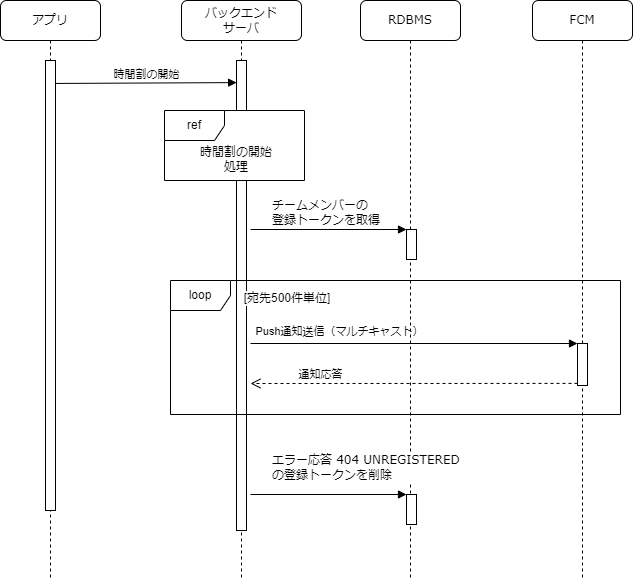
Above: website/docs/react-native/santoku/application-architecture/push-notification/send-push-notification.drawio.png in ws-4020/mobile-app-crib-notes (draw.io), before the change. Source tidied: cells renumbered, new cells last; positions are measured from the earlier drawing's top-left corner, leaving out a move shared by most shapes. Its diagram source:
```xml
<mxGraphModel>
  <root>
    <mxCell id="0" />
    <mxCell id="1" parent="0" />
    <mxCell id="2" value="FCM" style="shape=umlLifeline;perimeter=lifelinePerimeter;whiteSpace=wrap;html=1;rounded=1;shadow=0;comic=0;labelBackgroundColor=none;strokeWidth=1;fontFamily=Verdana;fontSize=12;align=center;" parent="1" vertex="1">
      <mxGeometry x="532" width="100" height="580" as="geometry" />
    </mxCell>
    <mxCell id="3" style="html=1;points=[];perimeter=orthogonalPerimeter;shadow=0;sketch=0;fillColor=default;gradientColor=none;" parent="2" vertex="1">
      <mxGeometry x="45" y="343" width="10" height="42" as="geometry" />
    </mxCell>
    <mxCell id="4" value="バックエンド&lt;br&gt;サーバ" style="shape=umlLifeline;perimeter=lifelinePerimeter;whiteSpace=wrap;html=1;rounded=1;shadow=0;comic=0;labelBackgroundColor=none;strokeWidth=1;fontFamily=Verdana;fontSize=12;align=center;" parent="1" vertex="1">
      <mxGeometry x="181" width="120" height="580" as="geometry" />
    </mxCell>
    <mxCell id="5" style="html=1;points=[];perimeter=orthogonalPerimeter;" parent="4" vertex="1">
      <mxGeometry x="55" y="60" width="10" height="470" as="geometry" />
    </mxCell>
    <mxCell id="6" value="ref" style="shape=umlFrame;whiteSpace=wrap;html=1;fillColor=default;gradientColor=none;sketch=0;shadow=0;swimlaneFillColor=#ffffff;" parent="4" vertex="1">
      <mxGeometry x="-17" y="110" width="140" height="70" as="geometry" />
    </mxCell>
    <mxCell id="7" value="時間割の開始&lt;br&gt;処理" style="text;html=1;strokeColor=none;fillColor=none;align=center;verticalAlign=middle;whiteSpace=wrap;rounded=0;shadow=0;sketch=0;" parent="4" vertex="1">
      <mxGeometry y="144" width="110" height="30" as="geometry" />
    </mxCell>
    <mxCell id="8" value="[宛先500件単位]" style="text;html=1;strokeColor=none;fillColor=none;align=center;verticalAlign=middle;whiteSpace=wrap;rounded=0;labelBackgroundColor=default;" parent="4" vertex="1">
      <mxGeometry x="46" y="283" width="120" height="30" as="geometry" />
    </mxCell>
    <mxCell id="9" value="アプリ" style="shape=umlLifeline;perimeter=lifelinePerimeter;whiteSpace=wrap;html=1;rounded=1;shadow=0;comic=0;labelBackgroundColor=none;strokeWidth=1;fontFamily=Verdana;fontSize=12;align=center;" parent="1" vertex="1">
      <mxGeometry width="100" height="580" as="geometry" />
    </mxCell>
    <mxCell id="10" style="html=1;points=[];perimeter=orthogonalPerimeter;rounded=0;shadow=0;comic=0;labelBackgroundColor=none;strokeWidth=1;fontFamily=Verdana;fontSize=12;align=center;" parent="9" vertex="1">
      <mxGeometry x="45" y="60" width="10" height="450" as="geometry" />
    </mxCell>
    <mxCell id="11" value="時間割の開始" style="html=1;verticalAlign=bottom;endArrow=block;rounded=0;exitX=1;exitY=0.051;exitDx=0;exitDy=0;exitPerimeter=0;entryX=0.011;entryY=0.047;entryDx=0;entryDy=0;entryPerimeter=0;" parent="1" edge="1" source="10" target="5">
      <mxGeometry relative="1" as="geometry" />
    </mxCell>
    <mxCell id="12" value="Push通知送信（マルチキャスト）" style="html=1;verticalAlign=bottom;endArrow=block;entryX=0;entryY=0;rounded=0;labelBackgroundColor=default;labelBorderColor=none;" parent="1" edge="1" target="3">
      <mxGeometry x="-0.45" y="3" relative="1" as="geometry">
        <mxPoint x="250" y="343" as="sourcePoint" />
      </mxGeometry>
    </mxCell>
    <mxCell id="13" value="通知応答" style="html=1;verticalAlign=bottom;endArrow=open;dashed=1;endSize=8;exitX=0;exitY=0.95;rounded=0;" parent="1" edge="1" source="3">
      <mxGeometry x="0.57" relative="1" as="geometry">
        <mxPoint x="250" y="383" as="targetPoint" />
      </mxGeometry>
    </mxCell>
    <mxCell id="14" value="RDBMS" style="shape=umlLifeline;perimeter=lifelinePerimeter;whiteSpace=wrap;html=1;rounded=1;shadow=0;comic=0;labelBackgroundColor=none;strokeWidth=1;fontFamily=Verdana;fontSize=12;align=center;" parent="1" vertex="1">
      <mxGeometry x="360" width="100" height="580" as="geometry" />
    </mxCell>
    <mxCell id="15" style="html=1;points=[];perimeter=orthogonalPerimeter;shadow=0;sketch=0;fillColor=default;gradientColor=none;" parent="14" vertex="1">
      <mxGeometry x="46" y="229" width="10" height="30" as="geometry" />
    </mxCell>
    <mxCell id="16" style="html=1;perimeter=orthogonalPerimeter;shadow=0;sketch=0;fillColor=default;gradientColor=none;" parent="14" vertex="1">
      <mxGeometry x="46" y="494" width="10" height="30" as="geometry" />
    </mxCell>
    <mxCell id="17" value="&lt;span style=&quot;font-family: &amp;quot;verdana&amp;quot; ; font-size: 12px&quot;&gt;エラー応答&amp;nbsp;&lt;/span&gt;&lt;font face=&quot;verdana&quot;&gt;&lt;span style=&quot;font-size: 12px&quot;&gt;404 UNREGISTERED&lt;br&gt;の登録トークンを削除&lt;/span&gt;&lt;/font&gt;" style="html=1;verticalAlign=bottom;endArrow=block;entryX=0;entryY=0;rounded=0;align=left;" parent="14" edge="1">
      <mxGeometry x="-0.74" y="10" relative="1" as="geometry">
        <mxPoint x="-110" y="494" as="sourcePoint" />
        <mxPoint x="46" y="494" as="targetPoint" />
      </mxGeometry>
    </mxCell>
    <mxCell id="18" value="&lt;span style=&quot;font-family: verdana; font-size: 12px;&quot;&gt;チームメンバーの&lt;/span&gt;&lt;br style=&quot;font-family: verdana; font-size: 12px;&quot;&gt;&lt;span style=&quot;font-family: verdana; font-size: 12px;&quot;&gt;登録トークンを取得&lt;/span&gt;" style="html=1;verticalAlign=bottom;endArrow=block;entryX=0;entryY=0;rounded=0;align=left;labelBackgroundColor=none;" parent="1" edge="1" target="15">
      <mxGeometry x="-0.74" relative="1" as="geometry">
        <mxPoint x="250" y="229" as="sourcePoint" />
      </mxGeometry>
    </mxCell>
    <mxCell id="19" value="loop" style="shape=umlFrame;whiteSpace=wrap;html=1;shadow=0;sketch=0;fillColor=default;gradientColor=none;" parent="1" vertex="1">
      <mxGeometry x="170" y="280" width="450" height="134" as="geometry" />
    </mxCell>
  </root>
</mxGraphModel>
```
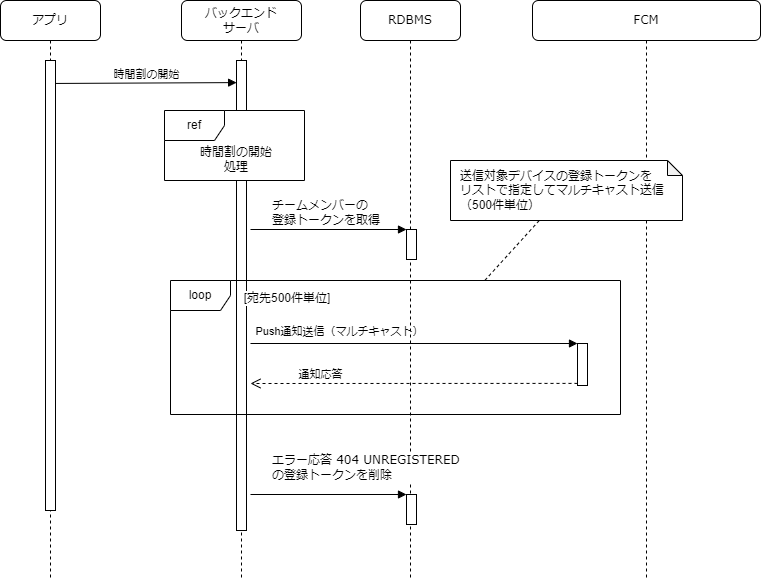
After the change.

What changed in the source:
```diff
@@ -3,11 +3,14 @@
     <mxCell id="0" />
     <mxCell id="1" parent="0" />
     <mxCell id="2" value="FCM" style="shape=umlLifeline;perimeter=lifelinePerimeter;whiteSpace=wrap;html=1;rounded=1;shadow=0;comic=0;labelBackgroundColor=none;strokeWidth=1;fontFamily=Verdana;fontSize=12;align=center;" parent="1" vertex="1">
-      <mxGeometry x="532" width="100" height="580" as="geometry" />
+      <mxGeometry x="532" width="228" height="580" as="geometry" />
     </mxCell>
     <mxCell id="3" style="html=1;points=[];perimeter=orthogonalPerimeter;shadow=0;sketch=0;fillColor=default;gradientColor=none;" parent="2" vertex="1">
       <mxGeometry x="45" y="343" width="10" height="42" as="geometry" />
     </mxCell>
+    <mxCell id="20" value="&lt;span style=&quot;font-size: 12px;&quot;&gt;送信対象デバイスの登録トークンを&lt;br style=&quot;font-size: 12px;&quot;&gt;リストで指定してマルチキャスト&lt;/span&gt;&lt;span style=&quot;font-size: 12px;&quot;&gt;送信&lt;br style=&quot;font-size: 12px;&quot;&gt;&lt;/span&gt;&lt;span style=&quot;font-size: 12px;&quot;&gt;（500件単位）&lt;/span&gt;" style="shape=note;whiteSpace=wrap;html=1;backgroundOutline=1;darkOpacity=0.05;fontSize=12;size=15;align=left;spacingLeft=8;" parent="2" vertex="1">
+      <mxGeometry x="-82" y="160" width="232" height="60" as="geometry" />
+    </mxCell>
     <mxCell id="4" value="バックエンド&lt;br&gt;サーバ" style="shape=umlLifeline;perimeter=lifelinePerimeter;whiteSpace=wrap;html=1;rounded=1;shadow=0;comic=0;labelBackgroundColor=none;strokeWidth=1;fontFamily=Verdana;fontSize=12;align=center;" parent="1" vertex="1">
       <mxGeometry x="181" width="120" height="580" as="geometry" />
     </mxCell>
@@ -65,5 +68,8 @@
     <mxCell id="19" value="loop" style="shape=umlFrame;whiteSpace=wrap;html=1;shadow=0;sketch=0;fillColor=default;gradientColor=none;" parent="1" vertex="1">
       <mxGeometry x="170" y="280" width="450" height="134" as="geometry" />
     </mxCell>
+    <mxCell id="21" style="rounded=0;jettySize=auto;html=1;entryX=0.697;entryY=0.005;entryDx=0;entryDy=0;entryPerimeter=0;fontSize=12;dashed=1;endArrow=none;endFill=0;" parent="1" edge="1" source="20" target="19">
+      <mxGeometry relative="1" as="geometry" />
+    </mxCell>
   </root>
 </mxGraphModel>
```
